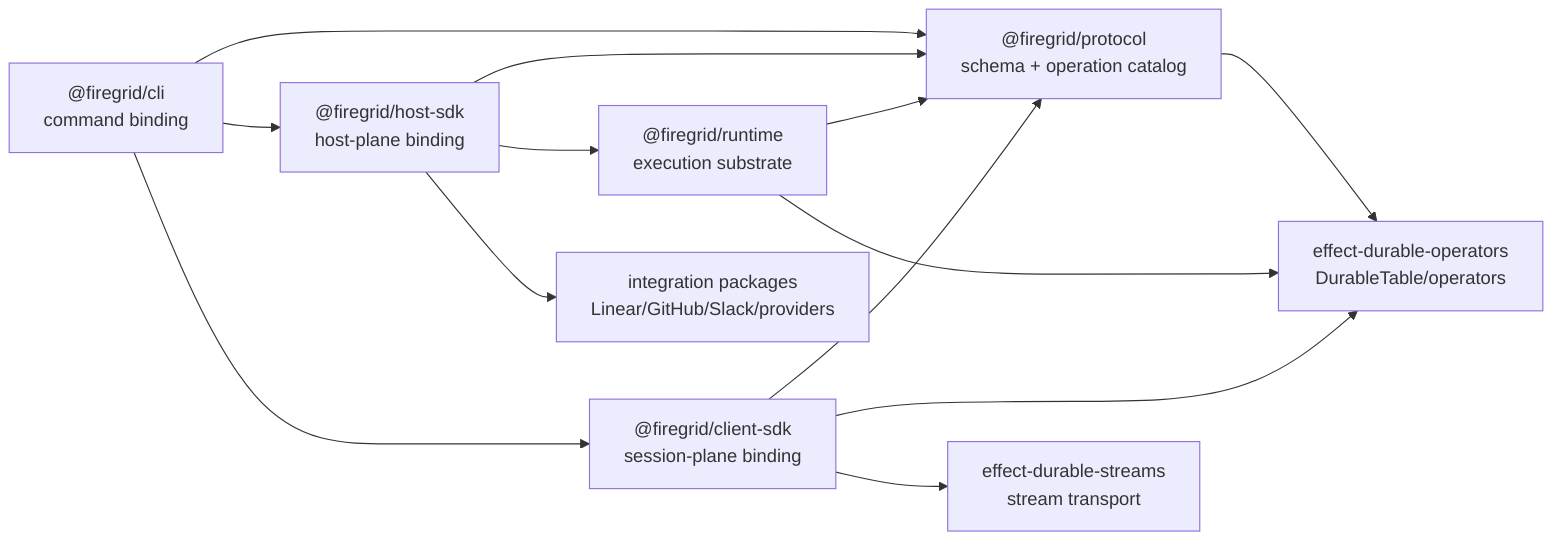
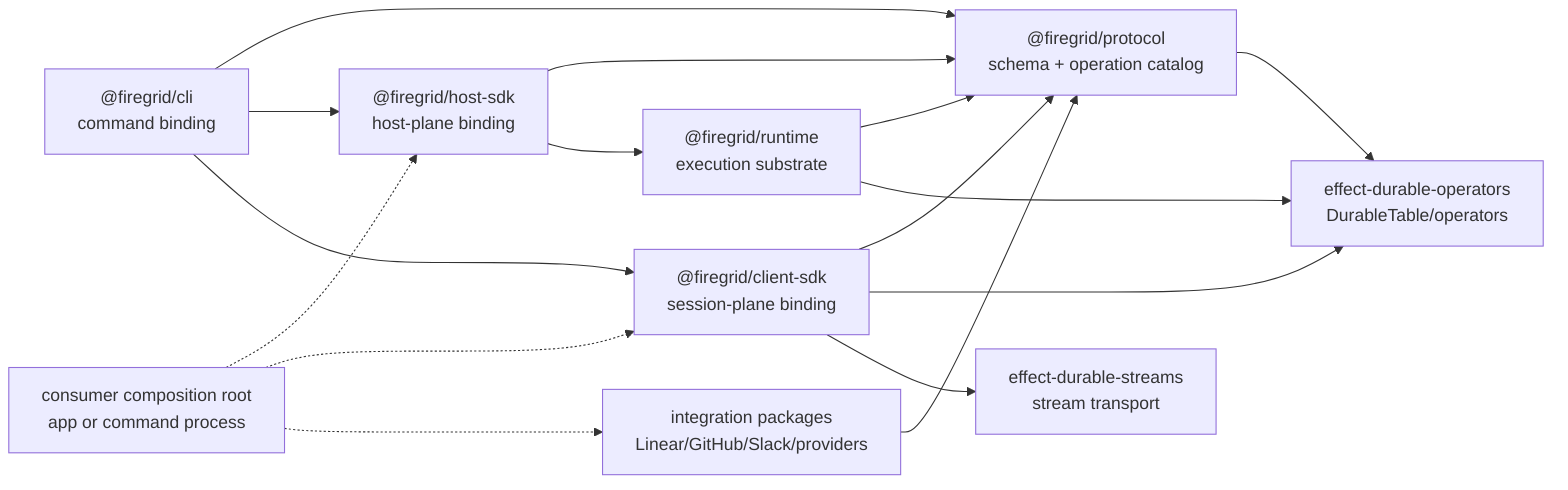
flowchart LR

protocol["@firegrid/protocol<br/>schema + operation catalog"]
runtime["@firegrid/runtime<br/>execution substrate"]
client["@firegrid/client-sdk<br/>session-plane binding"]
host["@firegrid/host-sdk<br/>host-plane binding"]
cli["@firegrid/cli<br/>command binding"]
durable["effect-durable-operators<br/>DurableTable/operators"]
streams["effect-durable-streams<br/>stream transport"]
integrations["integration packages<br/>Linear/GitHub/Slack/providers"]
+ consumer["consumer composition root<br/>app or command process"]

protocol --> durable
runtime --> protocol
runtime --> durable
client --> protocol
client --> durable
client --> streams
host --> protocol
host --> runtime
- host --> integrations
cli --> protocol
cli --> host
cli --> client
- 
+ integrations --> protocol
+ consumer -.-> host
+ consumer -.-> client
+ consumer -.-> integrations
